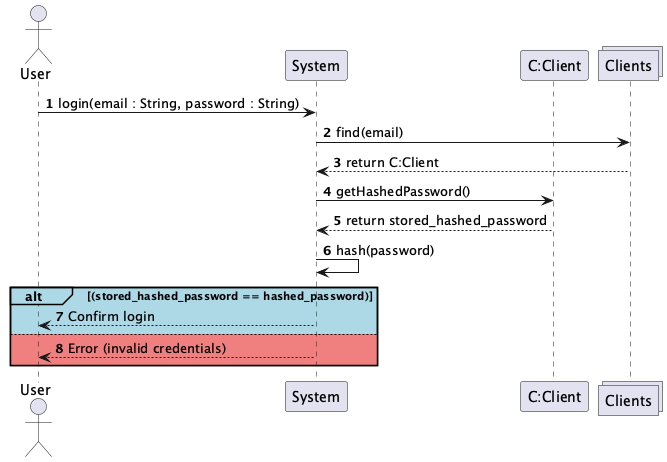
This is UML-Diagrams/Interaction/Client/Client-Interactions_001.png from vibqetowi/soen-342-project, a PlantUML export, as it was before one commit.
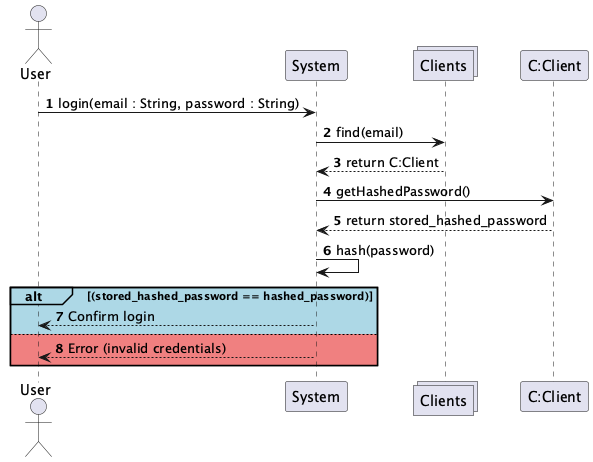
Later version of the same file.

The edit, as a diff of the source:
```diff
@@ -1,8 +1,9 @@
 @startuml
 actor User
 participant System
+collections Clients
 participant "C:Client"
-collections Clients
+
 
 autonumber
 
```
